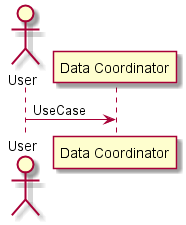
Before: docs/Solution/Data-Coordinator/UserInteraction.png, a diagram exported from PlantUML (CAADE/CloudLet). Its diagram source:
```plantuml
@startuml
actor User

User -> "Data Coordinator": UseCase

@enduml
```
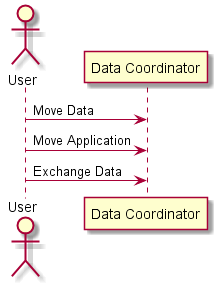
The same file after the commit.

Change to the diagram source:
```diff
@@ -1,6 +1,8 @@
 @startuml
 actor User
 
-User -> "Data Coordinator": UseCase
+User -> "Data Coordinator": Move Data
+User -> "Data Coordinator": Move Application
+User -> "Data Coordinator": Exchange Data
 
 @enduml
```
